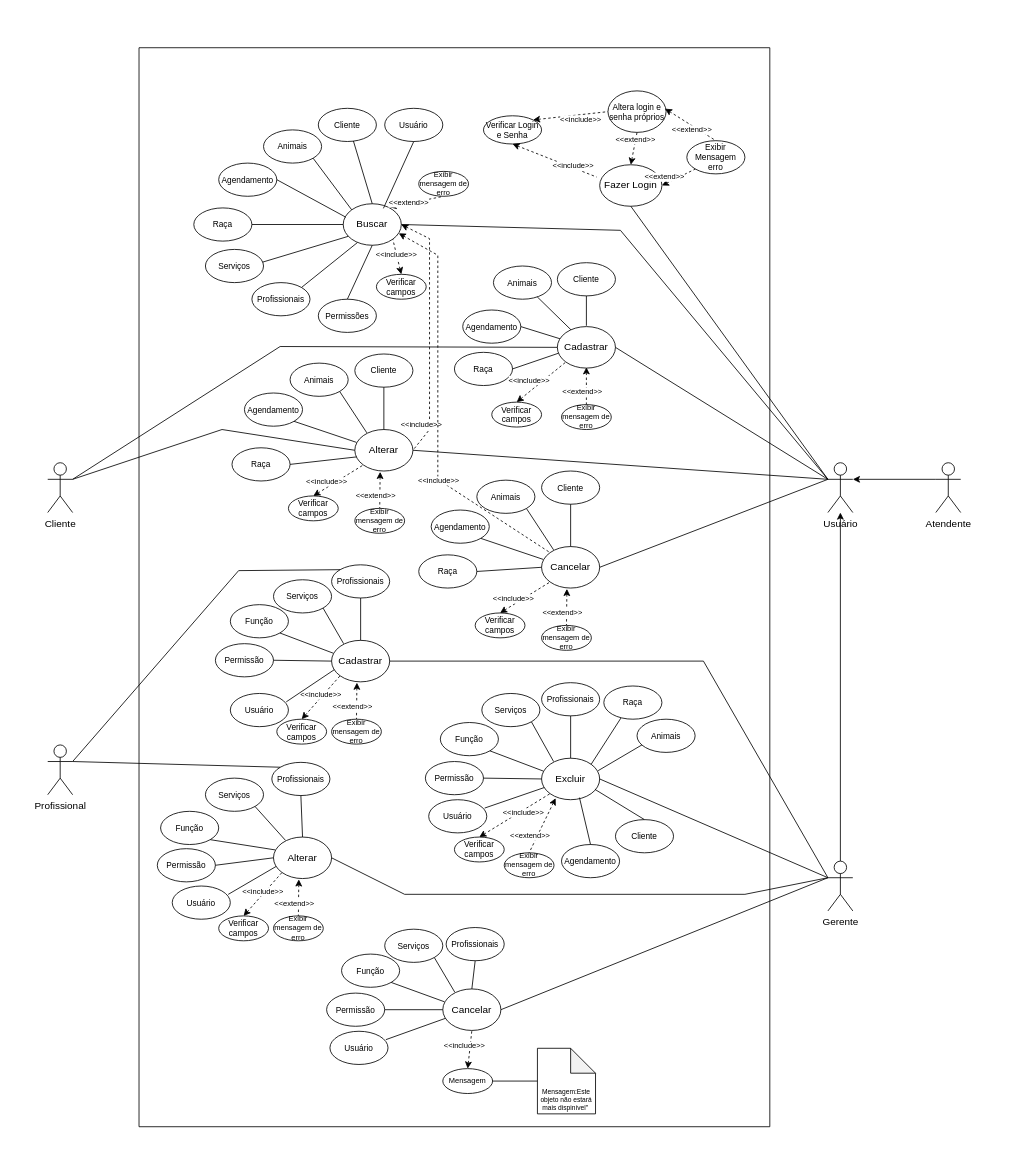
Before: Diagrama sem nome.drawio in DimasMota/Teste, a draw.io diagram. Source tidied: cells renumbered, new cells numbered last; positions are measured from the earlier drawing's top-left corner, leaving out a move shared by most shapes. Both pictures are drawn from the tidied source at 83%, with x=0, y=0 at pixel (47, 47).
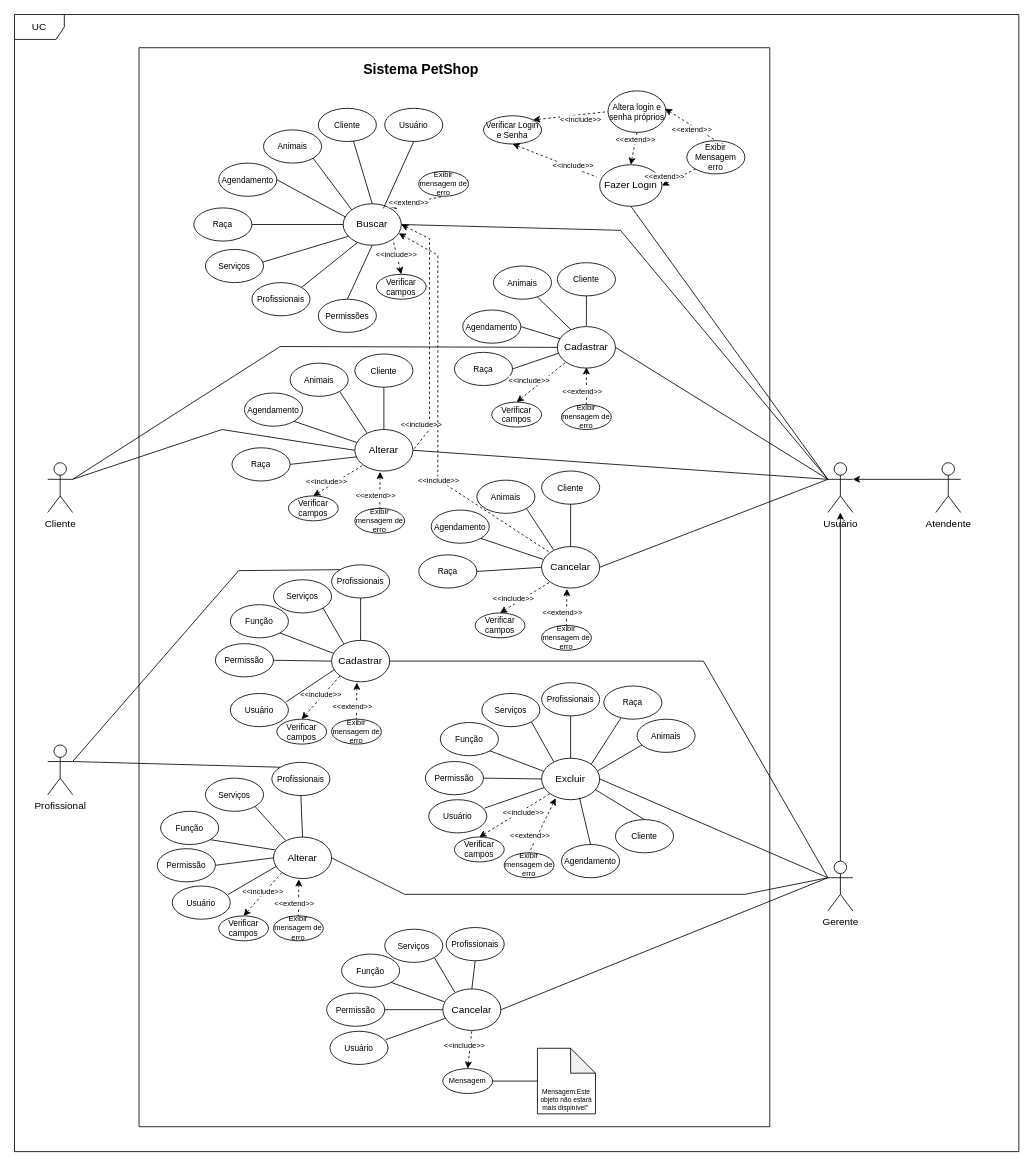
The same diagram, later.

The change refers to these unchanged cells:
```xml
<mxCell id="2" style="swimlane;startSize=0;verticalAlign=top;" parent="1" vertex="1">
  <mxGeometry x="110" width="760" height="1300" as="geometry" />
</mxCell>
```

Change to the diagram source:
```diff
@@
+    <mxCell id="185" value="Sistema PetShop" style="text;html=1;strokeColor=none;fillColor=none;align=center;verticalAlign=middle;whiteSpace=wrap;rounded=0;fontSize=17;fontStyle=1;" parent="2" vertex="1">
+      <mxGeometry x="180" y="2" width="320" height="50" as="geometry" />
+    </mxCell>
@@
+    <mxCell id="186" value="UC" style="shape=umlFrame;whiteSpace=wrap;html=1;" parent="1" vertex="1">
+      <mxGeometry x="-40" y="-40" width="1210" height="1370" as="geometry" />
+    </mxCell>
```
